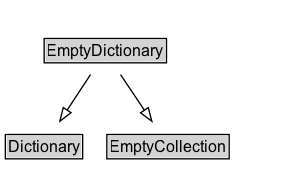
The Graphviz diagram docs/diagrams/EmptyDictionary.dot.png in k-vaughn/ontology-import-prov, before a commit. Its source is kept beside it as docs/diagrams/EmptyDictionary.dot.
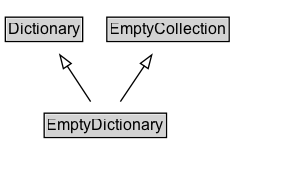
The same diagram one commit later.

Diff of the diagram source:
```diff
@@ -2,6 +2,11 @@
 	graph [overlap=false rankdir=TB splines=true]
 	node [fontname=Arial fontsize=12 margin=0 shape=none]
 	edge [fontname=Arial fontsize=11]
+	{
+		rank=source
+		Dictionary [label=<<TABLE BORDER="1" CELLBORDER="0" CELLSPACING="0" CELLPADDING="1"><TR><TD BGCOLOR="lightgray" ALIGN="CENTER">Dictionary</TD></TR></TABLE>> URL="../Dictionary" margin=0]
+		EmptyCollection [label=<<TABLE BORDER="1" CELLBORDER="0" CELLSPACING="0" CELLPADDING="1"><TR><TD BGCOLOR="lightgray" ALIGN="CENTER">EmptyCollection</TD></TR></TABLE>> URL="../EmptyCollection" margin=0]
+	}
 	EmptyDictionary [label=<<TABLE BORDER="1" CELLBORDER="0" CELLSPACING="0" CELLPADDING="1"><TR><TD BGCOLOR="lightgray" ALIGN="CENTER">EmptyDictionary</TD></TR></TABLE>> URL="../EmptyDictionary" margin=0]
 	{
 		rank=max
@@ -10,8 +15,6 @@
 		label="" style=invis
 		Invis [label=<<TABLE BORDER="0" CELLBORDER="0" CELLSPACING="0" CELLPADDING="1"><TR><TD></TD></TR></TABLE>> margin=0 style=invis]
 	}
-	Dictionary [label=<<TABLE BORDER="1" CELLBORDER="0" CELLSPACING="0" CELLPADDING="1"><TR><TD BGCOLOR="lightgray" ALIGN="CENTER">Dictionary</TD></TR></TABLE>> URL="../Dictionary" margin=0]
 	EmptyDictionary -> Dictionary [arrowhead=onormal style=solid]
-	EmptyCollection [label=<<TABLE BORDER="1" CELLBORDER="0" CELLSPACING="0" CELLPADDING="1"><TR><TD BGCOLOR="lightgray" ALIGN="CENTER">EmptyCollection</TD></TR></TABLE>> URL="../EmptyCollection" margin=0]
 	EmptyDictionary -> EmptyCollection [arrowhead=onormal style=solid]
 }
```
